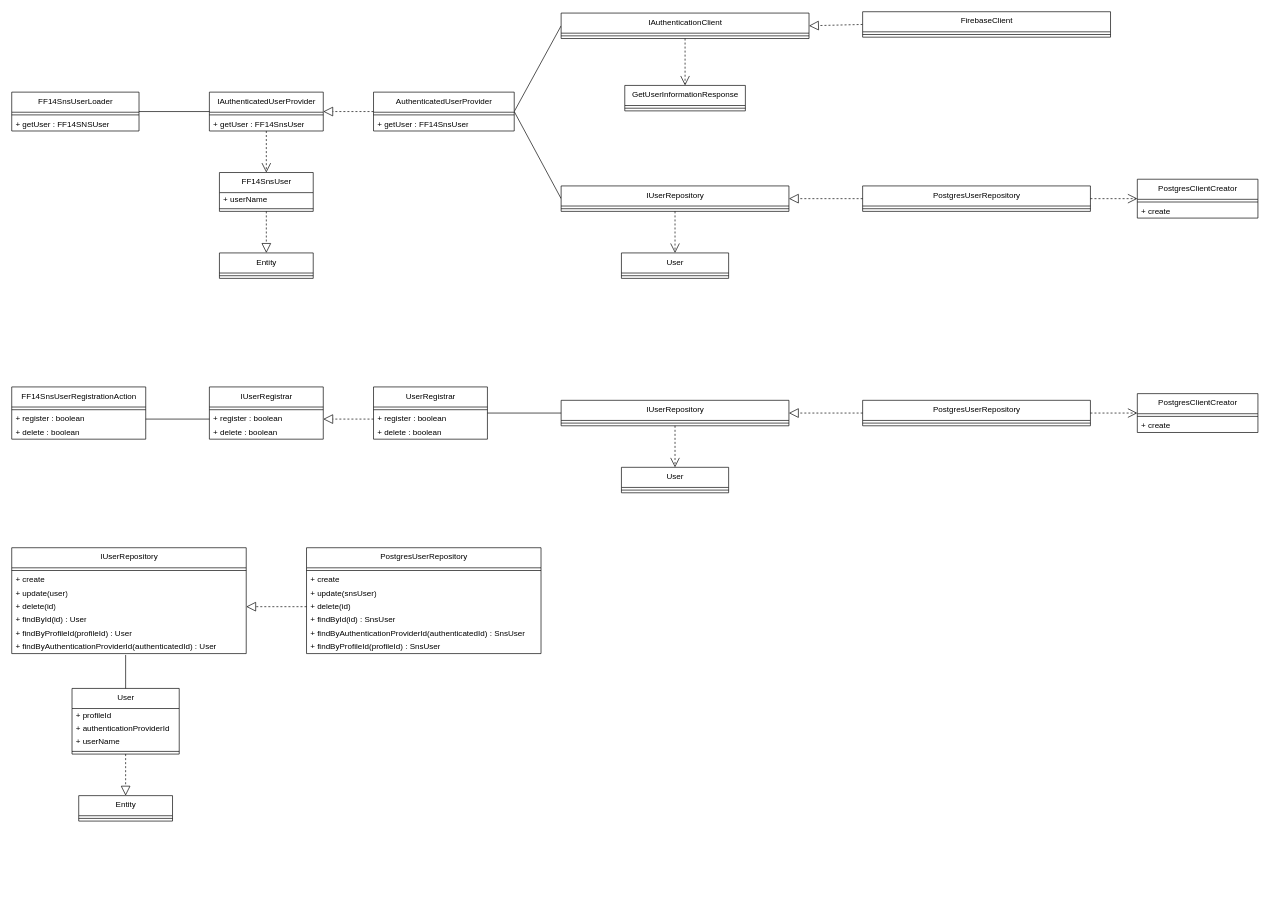
Earlier version of the draw.io diagram page "UserModule" (4 of 7) of project-designs/class-diagrams/ff14-sns.drawio (Mouwf/FF14SNS). Source tidied: cells renumbered, new cells numbered last; positions are measured from the earlier drawing's top-left corner, leaving out a move shared by most shapes. Both pictures are drawn from the tidied source at 67%, with x=0, y=0 at pixel (11, 11).
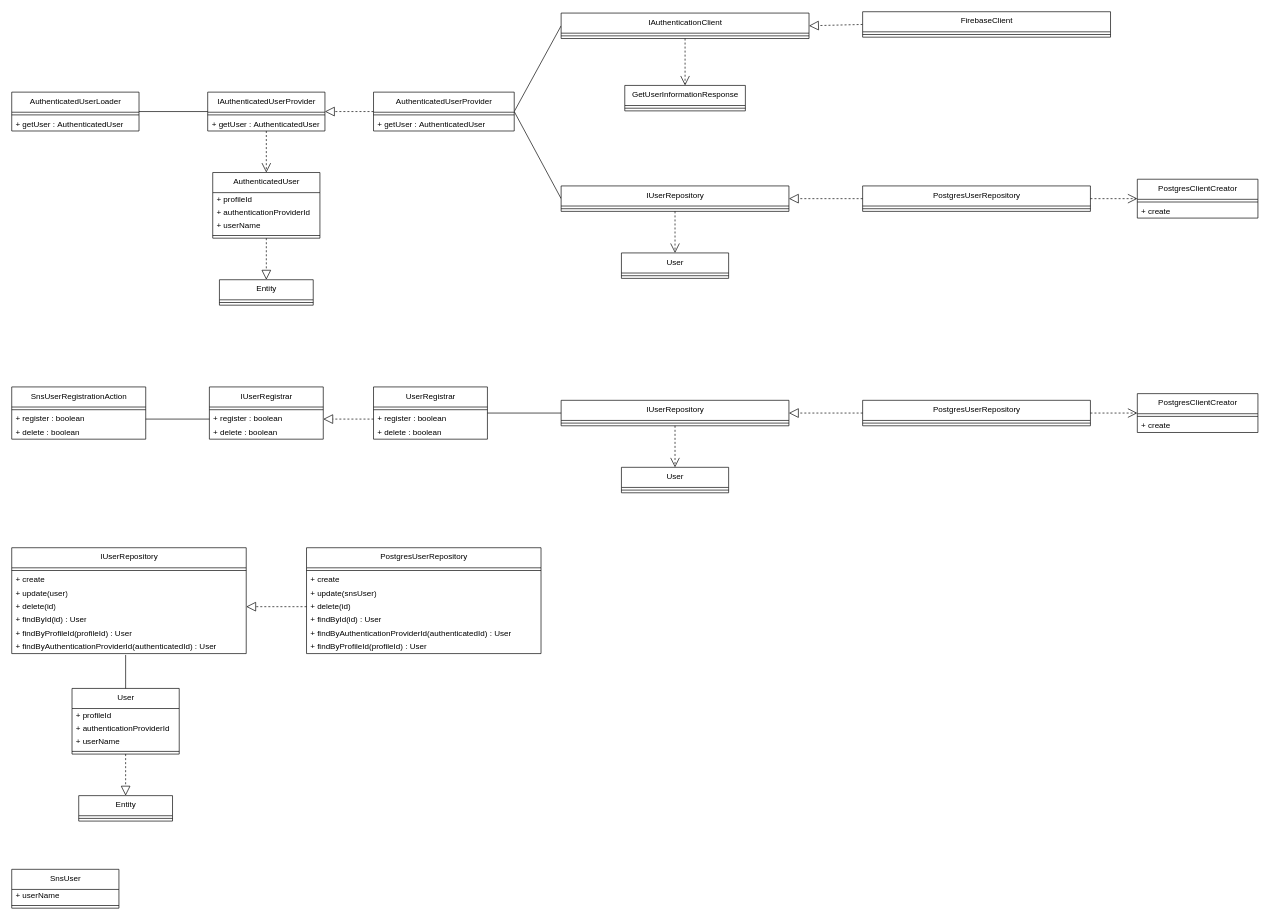
After the change.

Unchanged cells that the change refers to:
```xml
<mxCell id="11" value="AuthenticatedUserProvider" style="swimlane;fontStyle=0;align=center;verticalAlign=top;horizontal=1;startSize=30;html=1;" parent="1" vertex="1">
  <mxGeometry x="540" y="120" width="210" height="58" as="geometry" />
</mxCell>
<mxCell id="47" value="PostgresUserRepository" style="swimlane;fontStyle=0;align=center;verticalAlign=top;horizontal=1;startSize=30;html=1;" parent="1" vertex="1">
  <mxGeometry x="440" y="800" width="350" height="158" as="geometry" />
</mxCell>
```

What changed in the source:
```diff
@@
-    <mxCell id="2" value="FF14SnsUser" style="swimlane;fontStyle=0;align=center;verticalAlign=top;horizontal=1;startSize=30;html=1;" parent="1" vertex="1">
-      <mxGeometry x="310" y="240" width="140" height="58" as="geometry" />
+    <mxCell id="2" value="AuthenticatedUser" style="swimlane;fontStyle=0;align=center;verticalAlign=top;horizontal=1;startSize=30;html=1;" parent="1" vertex="1">
+      <mxGeometry x="300" y="240" width="160" height="98" as="geometry" />
     </mxCell>
-    <mxCell id="3" value="+ userName" style="text;html=1;strokeColor=none;fillColor=none;align=left;verticalAlign=middle;spacingLeft=4;spacingRight=4;overflow=hidden;" parent="2" vertex="1">
-      <mxGeometry y="30" width="140" height="20" as="geometry" />
+    <mxCell id="3" value="+ profileId" style="text;html=1;strokeColor=none;fillColor=none;align=left;verticalAlign=middle;spacingLeft=4;spacingRight=4;overflow=hidden;" parent="2" vertex="1">
+      <mxGeometry y="30" width="160" height="20" as="geometry" />
     </mxCell>
+    <mxCell id="95" value="+ authenticationProviderId" style="text;html=1;strokeColor=none;fillColor=none;align=left;verticalAlign=middle;spacingLeft=4;spacingRight=4;overflow=hidden;" parent="2" vertex="1">
+      <mxGeometry y="50" width="160" height="20" as="geometry" />
+    </mxCell>
+    <mxCell id="96" value="+ userName" style="text;html=1;strokeColor=none;fillColor=none;align=left;verticalAlign=middle;spacingLeft=4;spacingRight=4;overflow=hidden;" parent="2" vertex="1">
+      <mxGeometry y="70" width="160" height="20" as="geometry" />
+    </mxCell>
     <mxCell id="4" style="line;strokeWidth=1;fillColor=none;align=left;verticalAlign=middle;spacingTop=-1;spacingLeft=3;spacingRight=3;labelPosition=right;" parent="2" vertex="1">
-      <mxGeometry y="50" width="140" height="8" as="geometry" />
+      <mxGeometry y="90" width="160" height="8" as="geometry" />
     </mxCell>
     <mxCell id="5" value="IAuthenticatedUserProvider" style="swimlane;fontStyle=0;align=center;verticalAlign=top;horizontal=1;startSize=30;html=1;" parent="1" vertex="1">
-      <mxGeometry x="295" y="120" width="170" height="58" as="geometry" />
+      <mxGeometry x="292.5" y="120" width="175" height="58" as="geometry" />
     </mxCell>
     <mxCell id="6" style="line;strokeWidth=1;fillColor=none;align=left;verticalAlign=middle;spacingTop=-1;spacingLeft=3;spacingRight=3;labelPosition=right;" parent="5" vertex="1">
-      <mxGeometry y="30" width="170" height="8" as="geometry" />
+      <mxGeometry y="30" width="175" height="8" as="geometry" />
     </mxCell>
-    <mxCell id="7" value="+ getUser : FF14SnsUser" style="text;html=1;strokeColor=none;fillColor=none;align=left;verticalAlign=middle;spacingLeft=4;spacingRight=4;overflow=hidden;points=[[0,0.5],[1,0.5]];portConstraint=eastwest;" parent="5" vertex="1">
-      <mxGeometry y="38" width="170" height="20" as="geometry" />
+    <mxCell id="7" value="+ getUser :&amp;nbsp;&lt;span style=&quot;text-align: center;&quot;&gt;AuthenticatedUser&lt;/span&gt;" style="text;html=1;strokeColor=none;fillColor=none;align=left;verticalAlign=middle;spacingLeft=4;spacingRight=4;overflow=hidden;points=[[0,0.5],[1,0.5]];portConstraint=eastwest;" parent="5" vertex="1">
+      <mxGeometry y="38" width="175" height="20" as="geometry" />
     </mxCell>
@@
-    <mxCell id="13" value="+ getUser : FF14SnsUser" style="text;html=1;strokeColor=none;fillColor=none;align=left;verticalAlign=middle;spacingLeft=4;spacingRight=4;overflow=hidden;" parent="11" vertex="1">
+    <mxCell id="13" value="+ getUser :&amp;nbsp;&lt;span style=&quot;text-align: center;&quot;&gt;AuthenticatedUser&lt;/span&gt;" style="text;html=1;strokeColor=none;fillColor=none;align=left;verticalAlign=middle;spacingLeft=4;spacingRight=4;overflow=hidden;" parent="11" vertex="1">
       <mxGeometry y="38" width="210" height="20" as="geometry" />
     </mxCell>
-    <mxCell id="14" value="FF14SnsUserLoader" style="swimlane;fontStyle=0;align=center;verticalAlign=top;horizontal=1;startSize=30;html=1;" parent="1" vertex="1">
+    <mxCell id="14" value="AuthenticatedUserLoader" style="swimlane;fontStyle=0;align=center;verticalAlign=top;horizontal=1;startSize=30;html=1;" parent="1" vertex="1">
       <mxGeometry y="120" width="190" height="58" as="geometry" />
     </mxCell>
@@
-    <mxCell id="16" value="+ getUser : FF14SNSUser" style="text;html=1;strokeColor=none;fillColor=none;align=left;verticalAlign=middle;spacingLeft=4;spacingRight=4;overflow=hidden;" parent="14" vertex="1">
+    <mxCell id="16" value="+ getUser :&amp;nbsp;&lt;span style=&quot;text-align: center;&quot;&gt;AuthenticatedUser&lt;/span&gt;" style="text;html=1;strokeColor=none;fillColor=none;align=left;verticalAlign=middle;spacingLeft=4;spacingRight=4;overflow=hidden;" parent="14" vertex="1">
       <mxGeometry y="38" width="190" height="20" as="geometry" />
     </mxCell>
@@
-    <mxCell id="52" value="+ findById(id) : SnsUser" style="text;html=1;strokeColor=none;fillColor=none;align=left;verticalAlign=middle;spacingLeft=4;spacingRight=4;overflow=hidden;" parent="47" vertex="1">
+    <mxCell id="52" value="+ findById(id) : User" style="text;html=1;strokeColor=none;fillColor=none;align=left;verticalAlign=middle;spacingLeft=4;spacingRight=4;overflow=hidden;" parent="47" vertex="1">
       <mxGeometry y="98" width="350" height="20" as="geometry" />
     </mxCell>
-    <mxCell id="53" value="+ findByAuthenticationProviderId(authenticatedId) : SnsUser" style="text;html=1;strokeColor=none;fillColor=none;align=left;verticalAlign=middle;spacingLeft=4;spacingRight=4;overflow=hidden;" parent="47" vertex="1">
+    <mxCell id="53" value="+ findByAuthenticationProviderId(authenticatedId) : User" style="text;html=1;strokeColor=none;fillColor=none;align=left;verticalAlign=middle;spacingLeft=4;spacingRight=4;overflow=hidden;" parent="47" vertex="1">
       <mxGeometry y="118" width="350" height="20" as="geometry" />
     </mxCell>
-    <mxCell id="54" value="+ findByProfileId(profileId) : SnsUser" style="text;html=1;strokeColor=none;fillColor=none;align=left;verticalAlign=middle;spacingLeft=4;spacingRight=4;overflow=hidden;" parent="47" vertex="1">
+    <mxCell id="54" value="+ findByProfileId(profileId) : User" style="text;html=1;strokeColor=none;fillColor=none;align=left;verticalAlign=middle;spacingLeft=4;spacingRight=4;overflow=hidden;" parent="47" vertex="1">
       <mxGeometry y="138" width="350" height="20" as="geometry" />
     </mxCell>
@@
     <mxCell id="56" value="Entity" style="swimlane;fontStyle=0;align=center;verticalAlign=top;horizontal=1;startSize=30;html=1;" parent="1" vertex="1">
-      <mxGeometry x="310" y="360" width="140" height="38" as="geometry" />
+      <mxGeometry x="310" y="400" width="140" height="38" as="geometry" />
     </mxCell>
@@
-    <mxCell id="68" value="FF14SnsUserRegistrationAction" style="swimlane;fontStyle=0;align=center;verticalAlign=top;horizontal=1;startSize=30;html=1;" parent="1" vertex="1">
+    <mxCell id="68" value="SnsUserRegistrationAction" style="swimlane;fontStyle=0;align=center;verticalAlign=top;horizontal=1;startSize=30;html=1;" parent="1" vertex="1">
       <mxGeometry y="560" width="200" height="78" as="geometry" />
     </mxCell>
@@
+    <mxCell id="97" value="SnsUser" style="swimlane;fontStyle=0;align=center;verticalAlign=top;horizontal=1;startSize=30;html=1;" parent="1" vertex="1">
+      <mxGeometry y="1280" width="160" height="58" as="geometry" />
+    </mxCell>
+    <mxCell id="98" value="+ userName" style="text;html=1;strokeColor=none;fillColor=none;align=left;verticalAlign=middle;spacingLeft=4;spacingRight=4;overflow=hidden;" parent="97" vertex="1">
+      <mxGeometry y="30" width="160" height="20" as="geometry" />
+    </mxCell>
+    <mxCell id="99" style="line;strokeWidth=1;fillColor=none;align=left;verticalAlign=middle;spacingTop=-1;spacingLeft=3;spacingRight=3;labelPosition=right;" parent="97" vertex="1">
+      <mxGeometry y="50" width="160" height="8" as="geometry" />
+    </mxCell>
```
